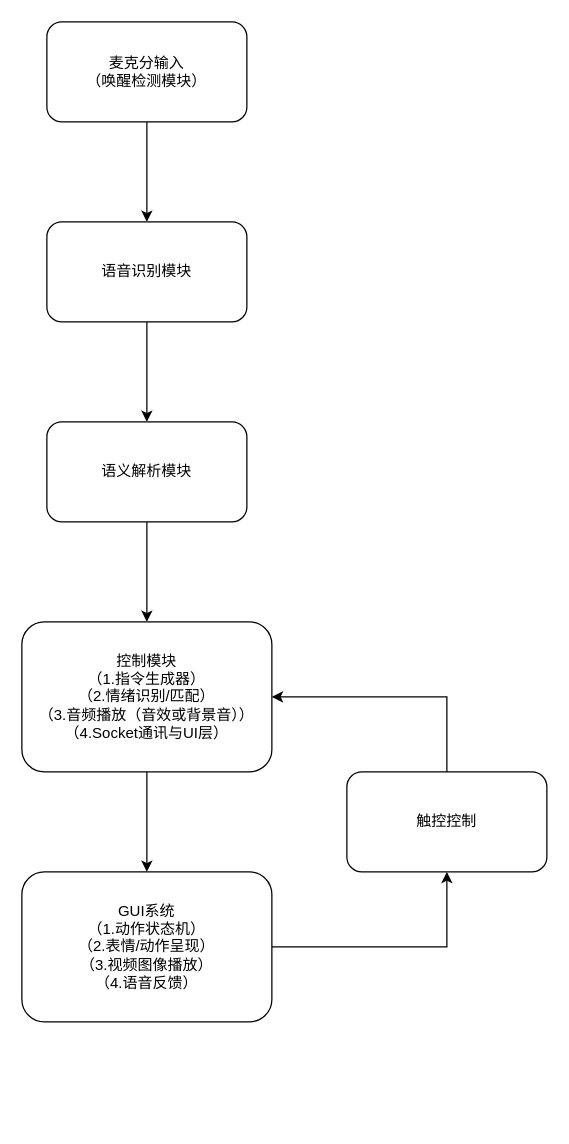
Before: 方案系统.drawio in NanayaSN/VPA, a draw.io diagram. Source tidied: cells renumbered, new cells numbered last; positions are measured from the earlier drawing's top-left corner, leaving out a move shared by most shapes. Both pictures are drawn from the tidied source at 125%, with x=0, y=0 at pixel (21, 21).
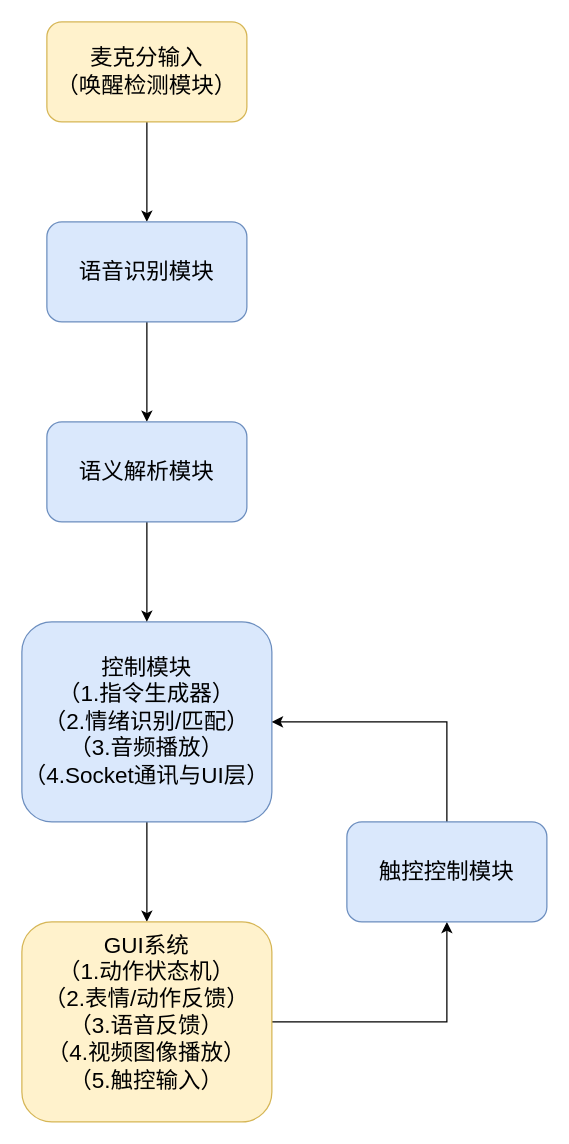
The same diagram, later.

Commit message (it also covers changes not shown here):
更新方案系统.drawio

The edit, as a diff of the source:
```diff
@@
 <mxGraphModel>
   <root>
     <mxCell id="0" />
     <mxCell id="1" parent="0" />
     <mxCell id="2" style="edgeStyle=orthogonalEdgeStyle;rounded=0;jettySize=auto;html=1;exitX=0.5;exitY=1;exitDx=0;exitDy=0;entryX=0.5;entryY=0;entryDx=0;entryDy=0;" parent="1" edge="1" source="3" target="5">
       <mxGeometry relative="1" as="geometry" />
     </mxCell>
-    <mxCell id="3" value="麦克分输入&lt;div&gt;（唤醒检测模块）&lt;/div&gt;" style="rounded=1;whiteSpace=wrap;html=1;" parent="1" vertex="1">
+    <mxCell id="3" value="&lt;font style=&quot;font-size: 18px;&quot;&gt;麦克分输入&lt;/font&gt;&lt;div&gt;&lt;font style=&quot;font-size: 18px;&quot;&gt;（唤醒检测模块）&lt;/font&gt;&lt;/div&gt;" style="rounded=1;whiteSpace=wrap;html=1;fillColor=#fff2cc;strokeColor=#d6b656;" parent="1" vertex="1">
       <mxGeometry x="20" width="160" height="80" as="geometry" />
     </mxCell>
     <mxCell id="4" style="edgeStyle=orthogonalEdgeStyle;rounded=0;jettySize=auto;html=1;exitX=0.5;exitY=1;exitDx=0;exitDy=0;entryX=0.5;entryY=0;entryDx=0;entryDy=0;" parent="1" edge="1" source="5" target="9">
       <mxGeometry relative="1" as="geometry" />
     </mxCell>
-    <mxCell id="5" value="语音识别模块" style="rounded=1;whiteSpace=wrap;html=1;" parent="1" vertex="1">
+    <mxCell id="5" value="&lt;font style=&quot;font-size: 18px;&quot;&gt;语音识别模块&lt;/font&gt;" style="rounded=1;whiteSpace=wrap;html=1;fillColor=#dae8fc;strokeColor=#6c8ebf;" parent="1" vertex="1">
       <mxGeometry x="20" y="160" width="160" height="80" as="geometry" />
     </mxCell>
     <mxCell id="6" style="edgeStyle=orthogonalEdgeStyle;rounded=0;jettySize=auto;html=1;exitX=0.5;exitY=1;exitDx=0;exitDy=0;entryX=0.5;entryY=0;entryDx=0;entryDy=0;" parent="1" edge="1" source="7" target="12">
       <mxGeometry relative="1" as="geometry" />
     </mxCell>
-    <mxCell id="7" value="控制模块&lt;div&gt;（1.指令生成器）&lt;/div&gt;&lt;div&gt;（2.情绪识别/匹配）&lt;/div&gt;&lt;div&gt;（3.音频播放（音效或背景音）&lt;span style=&quot;background-color: transparent; color: light-dark(rgb(0, 0, 0), rgb(255, 255, 255));&quot;&gt;）&lt;/span&gt;&lt;/div&gt;&lt;div&gt;&lt;span style=&quot;background-color: transparent; color: light-dark(rgb(0, 0, 0), rgb(255, 255, 255));&quot;&gt;（4.Socket通讯与UI层）&lt;/span&gt;&lt;/div&gt;" style="rounded=1;whiteSpace=wrap;html=1;" parent="1" vertex="1">
-      <mxGeometry y="480" width="200" height="120" as="geometry" />
+    <mxCell id="7" value="&lt;font style=&quot;font-size: 18px;&quot;&gt;控制模块&lt;/font&gt;&lt;div&gt;&lt;font style=&quot;font-size: 18px;&quot;&gt;（1.指令生成器）&lt;/font&gt;&lt;/div&gt;&lt;div&gt;&lt;font style=&quot;font-size: 18px;&quot;&gt;（2.情绪识别/匹配）&lt;/font&gt;&lt;/div&gt;&lt;div&gt;&lt;font style=&quot;font-size: 18px;&quot;&gt;（3.音频播放&lt;span style=&quot;background-color: transparent; color: light-dark(rgb(0, 0, 0), rgb(255, 255, 255));&quot;&gt;）&lt;/span&gt;&lt;/font&gt;&lt;/div&gt;&lt;div&gt;&lt;span style=&quot;background-color: transparent; color: light-dark(rgb(0, 0, 0), rgb(255, 255, 255));&quot;&gt;&lt;font style=&quot;font-size: 18px;&quot;&gt;（4.Socket通讯与UI层）&lt;/font&gt;&lt;/span&gt;&lt;/div&gt;" style="rounded=1;whiteSpace=wrap;html=1;fillColor=#dae8fc;strokeColor=#6c8ebf;" parent="1" vertex="1">
+      <mxGeometry y="480" width="200" height="160" as="geometry" />
     </mxCell>
     <mxCell id="8" style="edgeStyle=orthogonalEdgeStyle;rounded=0;jettySize=auto;html=1;exitX=0.5;exitY=1;exitDx=0;exitDy=0;entryX=0.5;entryY=0;entryDx=0;entryDy=0;" parent="1" edge="1" source="9" target="7">
       <mxGeometry relative="1" as="geometry" />
     </mxCell>
-    <mxCell id="9" value="语义解析模块" style="rounded=1;whiteSpace=wrap;html=1;" parent="1" vertex="1">
+    <mxCell id="9" value="&lt;font style=&quot;font-size: 18px;&quot;&gt;语义解析模块&lt;/font&gt;" style="rounded=1;whiteSpace=wrap;html=1;fillColor=#dae8fc;strokeColor=#6c8ebf;" parent="1" vertex="1">
       <mxGeometry x="20" y="320" width="160" height="80" as="geometry" />
     </mxCell>
     <mxCell id="10" style="edgeStyle=orthogonalEdgeStyle;rounded=0;jettySize=auto;html=1;entryX=1;entryY=0.5;entryDx=0;entryDy=0;exitX=0.5;exitY=0;exitDx=0;exitDy=0;" parent="1" edge="1" source="13" target="7">
       <mxGeometry relative="1" as="geometry">
         <Array as="points">
-          <mxPoint x="340" y="540" />
+          <mxPoint x="340" y="560" />
         </Array>
       </mxGeometry>
     </mxCell>
     <mxCell id="11" style="edgeStyle=orthogonalEdgeStyle;rounded=0;jettySize=auto;html=1;exitX=1;exitY=0.5;exitDx=0;exitDy=0;entryX=0.5;entryY=1;entryDx=0;entryDy=0;" parent="1" edge="1" source="12" target="13">
       <mxGeometry relative="1" as="geometry" />
     </mxCell>
-    <mxCell id="12" value="GUI系统&lt;div&gt;（1.动作状态机）&lt;/div&gt;&lt;div&gt;（2.表情/动作呈现）&lt;/div&gt;&lt;div&gt;（3.视频图像播放）&lt;/div&gt;&lt;div&gt;（4.语音反馈）&lt;/div&gt;" style="rounded=1;whiteSpace=wrap;html=1;" parent="1" vertex="1">
-      <mxGeometry y="680" width="200" height="120" as="geometry" />
+    <mxCell id="12" value="&lt;font style=&quot;font-size: 18px;&quot;&gt;GUI系统&lt;/font&gt;&lt;div&gt;&lt;font style=&quot;font-size: 18px;&quot;&gt;（1.动作状态机）&lt;/font&gt;&lt;/div&gt;&lt;div&gt;&lt;font style=&quot;font-size: 18px;&quot;&gt;（2.表情/动作反馈）&lt;/font&gt;&lt;/div&gt;&lt;div&gt;&lt;font style=&quot;font-size: 18px;&quot;&gt;（3.语音反馈）&lt;/font&gt;&lt;/div&gt;&lt;div&gt;&lt;font style=&quot;font-size: 18px;&quot;&gt;（4.视频图像播放）&lt;/font&gt;&lt;/div&gt;&lt;div&gt;&lt;font style=&quot;font-size: 18px;&quot;&gt;（5.触控输入）&lt;/font&gt;&lt;/div&gt;&lt;div&gt;&lt;br&gt;&lt;/div&gt;" style="rounded=1;whiteSpace=wrap;html=1;fillColor=#fff2cc;strokeColor=#d6b656;" parent="1" vertex="1">
+      <mxGeometry y="720" width="200" height="160" as="geometry" />
     </mxCell>
-    <mxCell id="13" value="触控控制" style="rounded=1;whiteSpace=wrap;html=1;" parent="1" vertex="1">
-      <mxGeometry x="260" y="600" width="160" height="80" as="geometry" />
+    <mxCell id="13" value="&lt;font style=&quot;font-size: 18px;&quot;&gt;触控控制模块&lt;/font&gt;" style="rounded=1;whiteSpace=wrap;html=1;fillColor=#dae8fc;strokeColor=#6c8ebf;" parent="1" vertex="1">
+      <mxGeometry x="260" y="640" width="160" height="80" as="geometry" />
     </mxCell>
   </root>
 </mxGraphModel>
```
